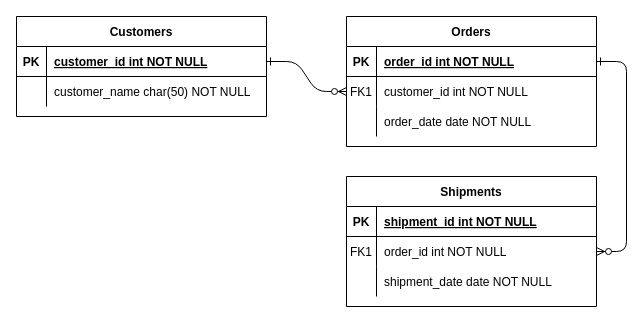
The draw.io diagram 名称未設定ファイル.drawio in nanase-84/memo.jp, before the edit. Source tidied: cells renumbered, new cells numbered last; positions are measured from the earlier drawing's top-left corner, leaving out a move shared by most shapes. Both pictures are drawn from the tidied source at 100%, with x=0, y=0 at pixel (16, 16).
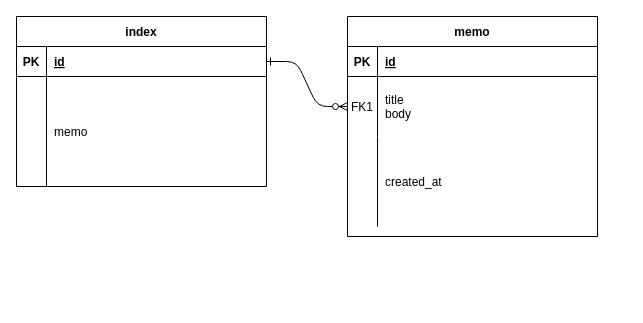
Above is the later version.

Commit message:
memo.ER図を保存します

The change refers to these unchanged cells:
```xml
<mxCell id="5" style="shape=partialRectangle;fillColor=none;points=[[0,0.5],[1,0.5]];portConstraint=eastwest;top=0;left=0;right=0;bottom=1;" parent="4" vertex="1">
  <mxGeometry y="30" width="250" height="30" as="geometry" />
</mxCell>
<mxCell id="25" style="shape=partialRectangle;fillColor=none;points=[[0,0.5],[1,0.5]];portConstraint=eastwest;top=0;left=0;right=0;bottom=1;" parent="24" vertex="1">
  <mxGeometry y="30" width="250" height="30" as="geometry" />
</mxCell>
```

What changed in the source:
```diff
@@
-    <mxCell id="3" style="edgeStyle=entityRelationEdgeStyle;endArrow=ERzeroToMany;startArrow=ERone;endFill=1;startFill=0;" parent="1" edge="1" source="5" target="18">
-      <mxGeometry relative="1" as="geometry" />
-    </mxCell>
-    <mxCell id="4" value="Orders" style="shape=table;startSize=30;childLayout=tableLayout;rowLines=0;fontStyle=1;align=center;" parent="1" vertex="1">
-      <mxGeometry x="330" width="250" height="130" as="geometry" />
+    <mxCell id="4" value="memo" style="shape=table;startSize=30;childLayout=tableLayout;rowLines=0;fontStyle=1;align=center;" parent="1" vertex="1">
+      <mxGeometry x="331" width="250" height="220" as="geometry" />
     </mxCell>
@@
-    <mxCell id="7" value="order_id int NOT NULL " style="shape=partialRectangle;overflow=hidden;fillColor=none;top=0;left=0;bottom=0;right=0;align=left;spacingLeft=6;fontStyle=5;" parent="5" vertex="1">
+    <mxCell id="7" value="id" style="shape=partialRectangle;overflow=hidden;fillColor=none;top=0;left=0;bottom=0;right=0;align=left;spacingLeft=6;fontStyle=5;" parent="5" vertex="1">
       <mxGeometry x="30" width="220" height="30" as="geometry" />
     </mxCell>
     <mxCell id="8" style="shape=partialRectangle;fillColor=none;points=[[0,0.5],[1,0.5]];portConstraint=eastwest;top=0;left=0;right=0;bottom=0;" parent="4" vertex="1">
-      <mxGeometry y="60" width="250" height="30" as="geometry" />
+      <mxGeometry y="60" width="250" height="60" as="geometry" />
     </mxCell>
     <mxCell id="9" value="FK1" style="shape=partialRectangle;overflow=hidden;fillColor=none;top=0;left=0;bottom=0;right=0;" parent="8" vertex="1">
-      <mxGeometry width="30" height="30" as="geometry" />
+      <mxGeometry width="30" height="60" as="geometry" />
     </mxCell>
-    <mxCell id="10" value="customer_id int NOT NULL" style="shape=partialRectangle;overflow=hidden;fillColor=none;top=0;left=0;bottom=0;right=0;align=left;spacingLeft=6;" parent="8" vertex="1">
-      <mxGeometry x="30" width="220" height="30" as="geometry" />
+    <mxCell id="10" value="title&#10;body" style="shape=partialRectangle;overflow=hidden;fillColor=none;top=0;left=0;bottom=0;right=0;align=left;spacingLeft=6;" parent="8" vertex="1">
+      <mxGeometry x="30" width="220" height="60" as="geometry" />
     </mxCell>
     <mxCell id="11" style="shape=partialRectangle;fillColor=none;top=0;left=0;right=0;bottom=0;" parent="4" vertex="1">
-      <mxGeometry y="90" width="250" height="30" as="geometry" />
+      <mxGeometry y="120" width="250" height="90" as="geometry" />
     </mxCell>
     <mxCell id="12" style="shape=partialRectangle;overflow=hidden;fillColor=none;top=0;left=0;bottom=0;right=0;" parent="11" vertex="1">
-      <mxGeometry width="30" height="30" as="geometry" />
+      <mxGeometry width="30" height="90" as="geometry" />
     </mxCell>
-    <mxCell id="13" value="order_date date NOT NULL" style="shape=partialRectangle;overflow=hidden;fillColor=none;top=0;left=0;bottom=0;right=0;align=left;spacingLeft=6;" parent="11" vertex="1">
-      <mxGeometry x="30" width="220" height="30" as="geometry" />
+    <mxCell id="13" value="created_at" style="shape=partialRectangle;overflow=hidden;fillColor=none;top=0;left=0;bottom=0;right=0;align=left;spacingLeft=6;" parent="11" vertex="1">
+      <mxGeometry x="30" width="220" height="90" as="geometry" />
     </mxCell>
-    <mxCell id="14" value="Shipments" style="shape=table;startSize=30;childLayout=tableLayout;rowLines=0;fontStyle=1;align=center;" parent="1" vertex="1">
-      <mxGeometry x="330" y="160" width="250" height="130" as="geometry" />
-    </mxCell>
-    <mxCell id="15" style="shape=partialRectangle;fillColor=none;top=0;left=0;right=0;bottom=1;" parent="14" vertex="1">
-      <mxGeometry y="30" width="250" height="30" as="geometry" />
-    </mxCell>
-    <mxCell id="16" value="PK" style="shape=partialRectangle;overflow=hidden;fillColor=none;top=0;left=0;bottom=0;right=0;fontStyle=1;" parent="15" vertex="1">
-      <mxGeometry width="30" height="30" as="geometry" />
-    </mxCell>
-    <mxCell id="17" value="shipment_id int NOT NULL " style="shape=partialRectangle;overflow=hidden;fillColor=none;top=0;left=0;bottom=0;right=0;align=left;spacingLeft=6;fontStyle=5;" parent="15" vertex="1">
-      <mxGeometry x="30" width="220" height="30" as="geometry" />
-    </mxCell>
-    <mxCell id="18" style="shape=partialRectangle;fillColor=none;points=[[0,0.5],[1,0.5]];portConstraint=eastwest;top=0;left=0;right=0;bottom=0;" parent="14" vertex="1">
-      <mxGeometry y="60" width="250" height="30" as="geometry" />
-    </mxCell>
-    <mxCell id="19" value="FK1" style="shape=partialRectangle;overflow=hidden;fillColor=none;top=0;left=0;bottom=0;right=0;" parent="18" vertex="1">
-      <mxGeometry width="30" height="30" as="geometry" />
-    </mxCell>
-    <mxCell id="20" value="order_id int NOT NULL" style="shape=partialRectangle;overflow=hidden;fillColor=none;top=0;left=0;bottom=0;right=0;align=left;spacingLeft=6;" parent="18" vertex="1">
-      <mxGeometry x="30" width="220" height="30" as="geometry" />
-    </mxCell>
-    <mxCell id="21" style="shape=partialRectangle;fillColor=none;top=0;left=0;right=0;bottom=0;" parent="14" vertex="1">
-      <mxGeometry y="90" width="250" height="30" as="geometry" />
-    </mxCell>
-    <mxCell id="22" style="shape=partialRectangle;overflow=hidden;fillColor=none;top=0;left=0;bottom=0;right=0;" parent="21" vertex="1">
-      <mxGeometry width="30" height="30" as="geometry" />
-    </mxCell>
-    <mxCell id="23" value="shipment_date date NOT NULL" style="shape=partialRectangle;overflow=hidden;fillColor=none;top=0;left=0;bottom=0;right=0;align=left;spacingLeft=6;" parent="21" vertex="1">
-      <mxGeometry x="30" width="220" height="30" as="geometry" />
-    </mxCell>
-    <mxCell id="24" value="Customers" style="shape=table;startSize=30;childLayout=tableLayout;rowLines=0;fontStyle=1;align=center;" parent="1" vertex="1">
-      <mxGeometry width="250" height="100" as="geometry" />
+    <mxCell id="24" value="index" style="shape=table;startSize=30;childLayout=tableLayout;rowLines=0;fontStyle=1;align=center;" parent="1" vertex="1">
+      <mxGeometry width="250" height="170" as="geometry" />
     </mxCell>
@@
-    <mxCell id="27" value="customer_id int NOT NULL " style="shape=partialRectangle;overflow=hidden;fillColor=none;top=0;left=0;bottom=0;right=0;align=left;spacingLeft=6;fontStyle=5;" parent="25" vertex="1">
+    <mxCell id="27" value="id" style="shape=partialRectangle;overflow=hidden;fillColor=none;top=0;left=0;bottom=0;right=0;align=left;spacingLeft=6;fontStyle=5;" parent="25" vertex="1">
       <mxGeometry x="30" width="220" height="30" as="geometry" />
     </mxCell>
     <mxCell id="28" style="shape=partialRectangle;fillColor=none;top=0;left=0;right=0;bottom=0;" parent="24" vertex="1">
-      <mxGeometry y="60" width="250" height="30" as="geometry" />
+      <mxGeometry y="60" width="250" height="110" as="geometry" />
     </mxCell>
     <mxCell id="29" style="shape=partialRectangle;overflow=hidden;fillColor=none;top=0;left=0;bottom=0;right=0;" parent="28" vertex="1">
-      <mxGeometry width="30" height="30" as="geometry" />
+      <mxGeometry width="30" height="110" as="geometry" />
     </mxCell>
-    <mxCell id="30" value="customer_name char(50) NOT NULL" style="shape=partialRectangle;overflow=hidden;fillColor=none;top=0;left=0;bottom=0;right=0;align=left;spacingLeft=6;" parent="28" vertex="1">
-      <mxGeometry x="30" width="220" height="30" as="geometry" />
+    <mxCell id="30" value="memo" style="shape=partialRectangle;overflow=hidden;fillColor=none;top=0;left=0;bottom=0;right=0;align=left;spacingLeft=6;" parent="28" vertex="1">
+      <mxGeometry x="30" width="220" height="110" as="geometry" />
     </mxCell>
```
